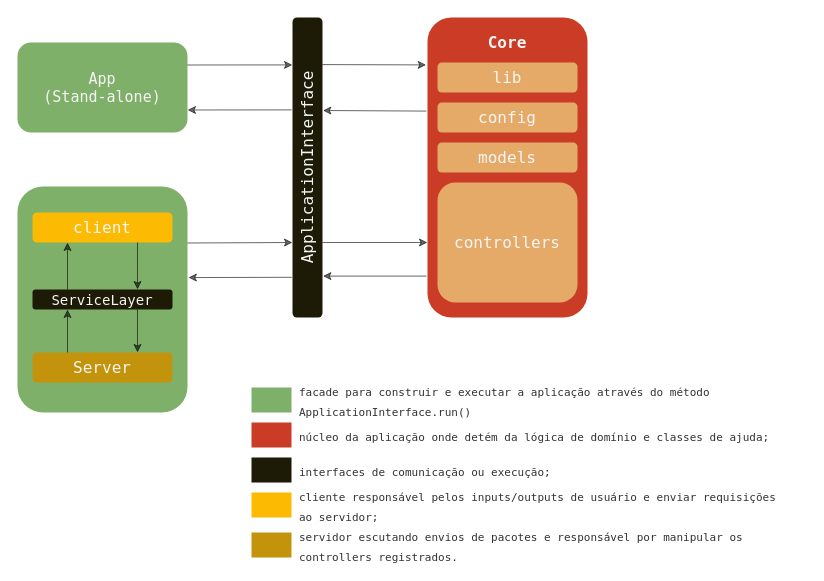
thalysonalexr/POO keeps this draw.io diagram as projeto2/docs/architecture.drawio. Above is the earlier version. Source tidied: cells renumbered, new cells numbered last; positions are measured from the earlier drawing's top-left corner, leaving out a move shared by most shapes. Both pictures are drawn from the tidied source at 100%, with x=0, y=0 at pixel (17, 17).
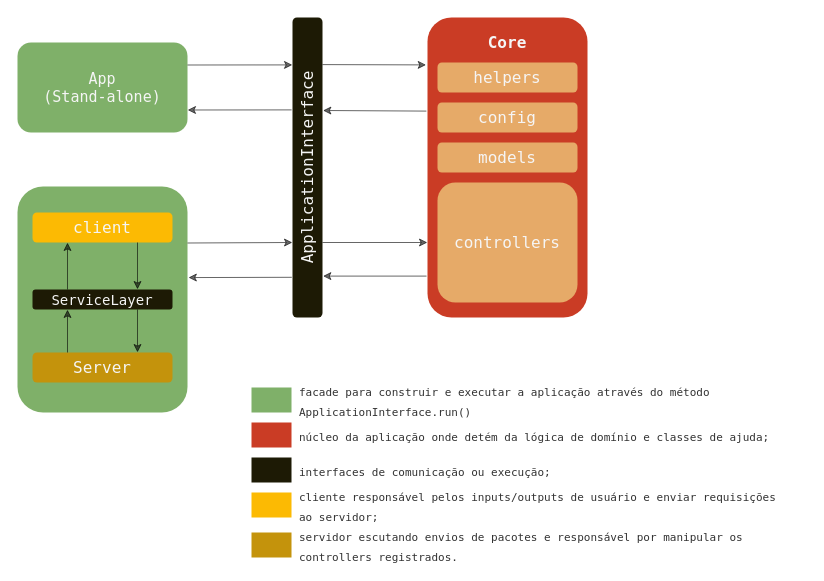
The same diagram, later.

What changed in the source:
```diff
@@
-    <mxCell id="11" value="lib" style="rounded=1;whiteSpace=wrap;html=1;gradientColor=none;fontFamily=monaco;fontSize=16;strokeColor=none;fillColor=#E6AA68;fontColor=#f5f5f5;" parent="1" vertex="1">
+    <mxCell id="11" value="helpers" style="rounded=1;whiteSpace=wrap;html=1;gradientColor=none;fontFamily=monaco;fontSize=16;strokeColor=none;fillColor=#E6AA68;fontColor=#f5f5f5;" parent="1" vertex="1">
       <mxGeometry x="420" y="45" width="140" height="30" as="geometry" />
     </mxCell>
```
